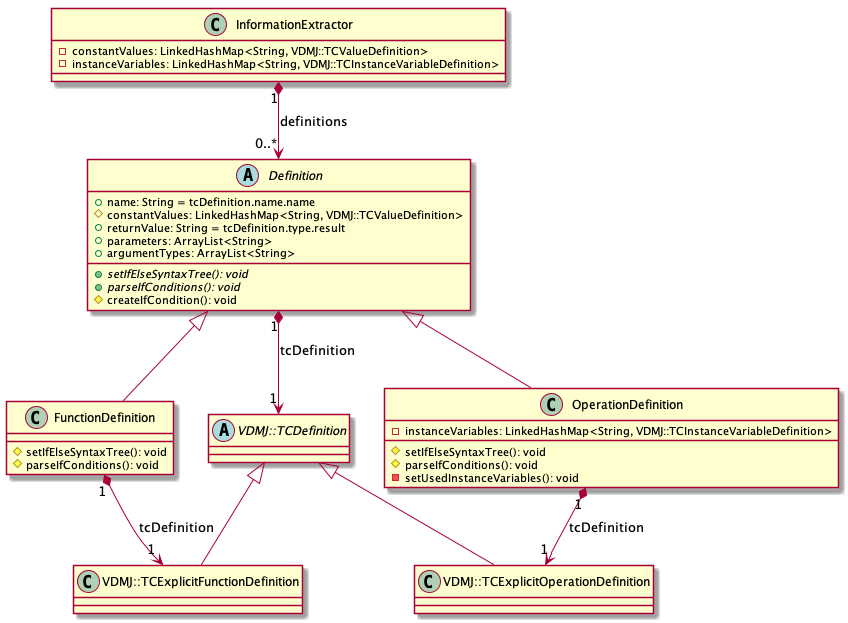
Earlier version of the PlantUML export figs/Definition_class_diagram.png (korosuke613/master-thesis).
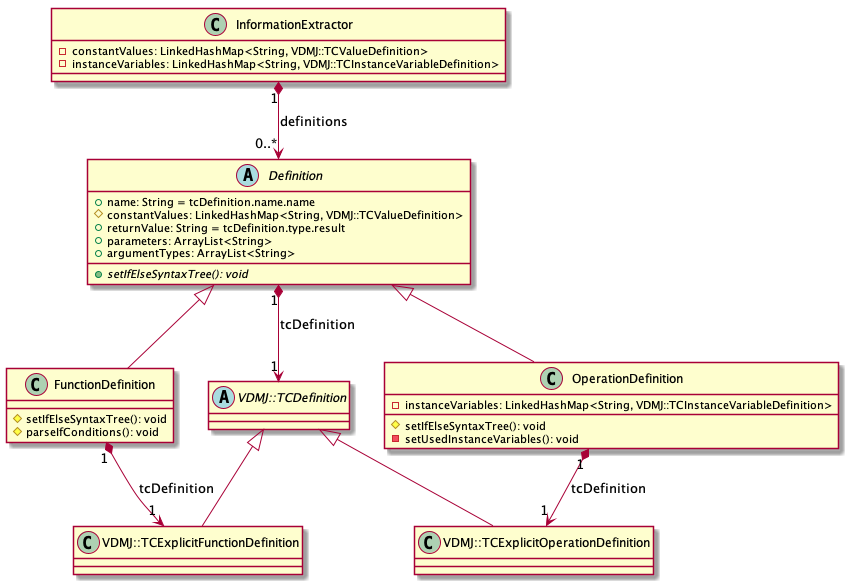
The same file after the commit.

Commit message:
クラス図の修正

Change to the diagram source:
```diff
@@ -13,8 +13,6 @@
      + parameters: ArrayList<String>
      + argumentTypes: ArrayList<String>
      + {abstract} setIfElseSyntaxTree(): void
-     + {abstract} parseIfConditions(): void
-     # createIfCondition(): void
 }
 
 class FunctionDefinition{
@@ -25,7 +23,6 @@
 class OperationDefinition{
      - instanceVariables: LinkedHashMap<String, VDMJ::TCInstanceVariableDefinition>
      # setIfElseSyntaxTree(): void
-     # parseIfConditions(): void
      - setUsedInstanceVariables(): void
 }
 
```
